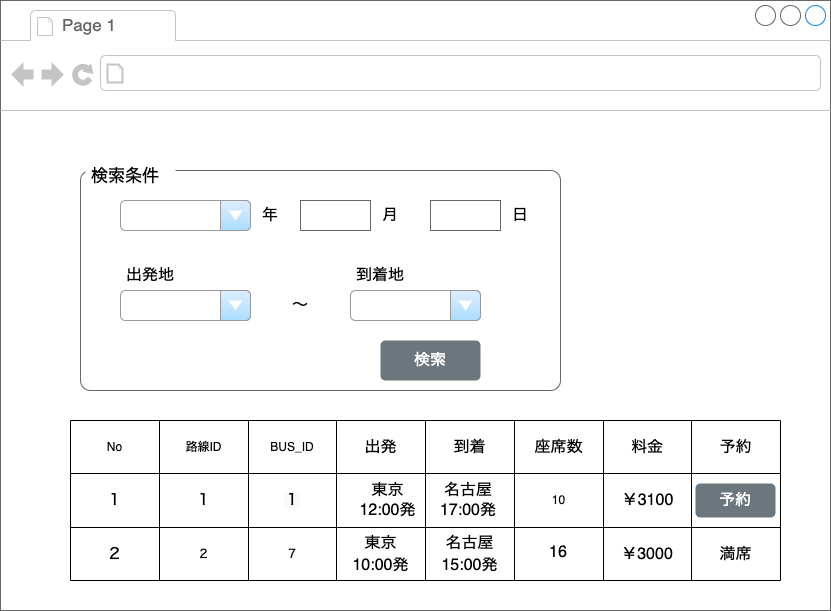
Above: root/common/doc/画面設計/利用者画面設計-路線検索.png in thatislg/busBookingComplete (draw.io), before the change. Source tidied: cells renumbered, new cells last; positions are measured from the earlier drawing's top-left corner, leaving out a move shared by most shapes. The source it was exported from:
```xml
<mxGraphModel>
  <root>
    <mxCell id="0" />
    <mxCell id="1" parent="0" />
    <mxCell id="2" value="2" style="strokeWidth=1;shadow=0;dashed=0;align=center;html=1;shape=mxgraph.mockup.containers.browserWindow;rSize=0;strokeColor=#666666;strokeColor2=#008cff;strokeColor3=#c4c4c4;mainText=,;fontSize=16;" parent="1" vertex="1">
      <mxGeometry width="830" height="610" as="geometry" />
    </mxCell>
    <mxCell id="3" value="Page 1" style="strokeWidth=1;shadow=0;dashed=0;align=center;html=1;shape=mxgraph.mockup.containers.anchor;fontSize=17;fontColor=#666666;align=left;" parent="2" vertex="1">
      <mxGeometry x="60" y="12" width="110" height="26" as="geometry" />
    </mxCell>
    <mxCell id="4" style="shape=mxgraph.mockup.containers.marginRect;rectMarginTop=10;strokeColor=#666666;strokeWidth=1;dashed=0;rounded=1;arcSize=5;fontSize=16;" parent="2" vertex="1">
      <mxGeometry x="80" y="160" width="480" height="230" as="geometry" />
    </mxCell>
    <mxCell id="5" value="検索条件" style="shape=rect;strokeColor=none;fillColor=#FFFFFF;strokeWidth=1;dashed=0;rounded=1;arcSize=20;fontColor=#000000;fontSize=17;spacing=2;spacingTop=-2;align=left;spacingLeft=4;perimeter=none;" parent="4" vertex="1">
      <mxGeometry x="5" width="90" height="30" as="geometry" />
    </mxCell>
    <mxCell id="6" style="strokeWidth=1;shadow=0;dashed=0;align=center;html=1;shape=mxgraph.mockup.text.textBox;fontColor=#666666;align=left;fontSize=17;spacingLeft=4;spacingTop=-3;strokeColor=#666666;mainText=;fillColor=#FFFFFF;" parent="4" vertex="1">
      <mxGeometry x="220" y="40" width="70" height="30" as="geometry" />
    </mxCell>
    <mxCell id="7" style="strokeWidth=1;shadow=0;dashed=0;align=center;html=1;shape=mxgraph.mockup.text.textBox;fontColor=#666666;align=left;fontSize=17;spacingLeft=4;spacingTop=-3;strokeColor=#666666;mainText=;fillColor=#FFFFFF;" parent="4" vertex="1">
      <mxGeometry x="350" y="40" width="70" height="30" as="geometry" />
    </mxCell>
    <mxCell id="8" style="strokeWidth=1;shadow=0;dashed=0;align=center;html=1;shape=mxgraph.mockup.forms.comboBox;strokeColor=#999999;fillColor=#ddeeff;align=left;fillColor2=#aaddff;mainText=;fontColor=#666666;fontSize=17;spacingLeft=3;" parent="4" vertex="1">
      <mxGeometry x="40" y="40" width="130" height="30" as="geometry" />
    </mxCell>
    <mxCell id="9" style="strokeWidth=1;shadow=0;dashed=0;align=center;html=1;shape=mxgraph.mockup.forms.comboBox;strokeColor=#999999;fillColor=#ddeeff;align=left;fillColor2=#aaddff;mainText=;fontColor=#666666;fontSize=17;spacingLeft=3;" parent="4" vertex="1">
      <mxGeometry x="40" y="130" width="130" height="30" as="geometry" />
    </mxCell>
    <mxCell id="10" style="strokeWidth=1;shadow=0;dashed=0;align=center;html=1;shape=mxgraph.mockup.forms.comboBox;strokeColor=#999999;fillColor=#ddeeff;align=left;fillColor2=#aaddff;mainText=;fontColor=#666666;fontSize=17;spacingLeft=3;" parent="4" vertex="1">
      <mxGeometry x="270" y="130" width="130" height="30" as="geometry" />
    </mxCell>
    <mxCell id="11" value="検索" style="html=1;shadow=0;dashed=0;shape=mxgraph.bootstrap.rrect;rSize=5;strokeColor=none;strokeWidth=1;fillColor=#6C767D;fontColor=#FFFFFF;whiteSpace=wrap;align=center;verticalAlign=middle;spacingLeft=0;fontStyle=0;fontSize=16;spacing=5;" parent="4" vertex="1">
      <mxGeometry x="300" y="180" width="100" height="40" as="geometry" />
    </mxCell>
    <mxCell id="12" value="年" style="text;html=1;strokeColor=none;fillColor=none;align=center;verticalAlign=middle;whiteSpace=wrap;rounded=0;fontSize=16;fontColor=#000000;" parent="4" vertex="1">
      <mxGeometry x="160" y="40" width="60" height="30" as="geometry" />
    </mxCell>
    <mxCell id="13" value="月" style="text;html=1;strokeColor=none;fillColor=none;align=center;verticalAlign=middle;whiteSpace=wrap;rounded=0;fontSize=16;fontColor=#000000;" parent="4" vertex="1">
      <mxGeometry x="280" y="40" width="60" height="30" as="geometry" />
    </mxCell>
    <mxCell id="14" value="日" style="text;html=1;strokeColor=none;fillColor=none;align=center;verticalAlign=middle;whiteSpace=wrap;rounded=0;fontSize=16;fontColor=#000000;" parent="4" vertex="1">
      <mxGeometry x="410" y="40" width="60" height="30" as="geometry" />
    </mxCell>
    <mxCell id="15" value="出発地" style="text;html=1;strokeColor=none;fillColor=none;align=center;verticalAlign=middle;whiteSpace=wrap;rounded=0;fontSize=16;fontColor=#000000;" parent="4" vertex="1">
      <mxGeometry x="40" y="100" width="60" height="30" as="geometry" />
    </mxCell>
    <mxCell id="16" value="到着地" style="text;html=1;strokeColor=none;fillColor=none;align=center;verticalAlign=middle;whiteSpace=wrap;rounded=0;fontSize=16;fontColor=#000000;" parent="4" vertex="1">
      <mxGeometry x="270" y="100" width="60" height="30" as="geometry" />
    </mxCell>
    <mxCell id="17" value="〜" style="text;html=1;strokeColor=none;fillColor=none;align=center;verticalAlign=middle;whiteSpace=wrap;rounded=0;fontSize=16;fontColor=#000000;" parent="4" vertex="1">
      <mxGeometry x="190" y="130" width="60" height="30" as="geometry" />
    </mxCell>
    <mxCell id="18" style="shape=table;startSize=0;" parent="2" vertex="1">
      <mxGeometry x="70" y="420" width="710" height="160" as="geometry" />
    </mxCell>
    <mxCell id="19" style="shape=tableRow;horizontal=0;startSize=0;swimlaneHead=0;swimlaneBody=0;top=0;left=0;bottom=0;right=0;fillColor=none;" parent="18" vertex="1">
      <mxGeometry width="710" height="53" as="geometry" />
    </mxCell>
    <mxCell id="20" value="No" style="shape=partialRectangle;html=1;whiteSpace=wrap;overflow=hidden;fillColor=none;top=0;left=0;bottom=0;right=0;" parent="19" vertex="1">
      <mxGeometry width="89" height="53" as="geometry" />
    </mxCell>
    <mxCell id="21" value="路線ID" style="shape=partialRectangle;html=1;whiteSpace=wrap;overflow=hidden;fillColor=none;top=0;left=0;bottom=0;right=0;" parent="19" vertex="1">
      <mxGeometry x="89" width="89" height="53" as="geometry" />
    </mxCell>
    <mxCell id="22" value="BUS_ID" style="shape=partialRectangle;html=1;whiteSpace=wrap;overflow=hidden;fillColor=none;top=0;left=0;bottom=0;right=0;" parent="19" vertex="1">
      <mxGeometry x="178" width="88" height="53" as="geometry" />
    </mxCell>
    <mxCell id="23" value="&lt;span style=&quot;font-size: 16px;&quot;&gt;出発&lt;/span&gt;" style="shape=partialRectangle;html=1;whiteSpace=wrap;overflow=hidden;fillColor=none;top=0;left=0;bottom=0;right=0;" parent="19" vertex="1">
      <mxGeometry x="266" width="89" height="53" as="geometry" />
    </mxCell>
    <mxCell id="24" value="&lt;span style=&quot;font-size: 16px;&quot;&gt;到着&lt;/span&gt;" style="shape=partialRectangle;html=1;whiteSpace=wrap;overflow=hidden;fillColor=none;top=0;left=0;bottom=0;right=0;" parent="19" vertex="1">
      <mxGeometry x="355" width="89" height="53" as="geometry" />
    </mxCell>
    <mxCell id="25" value="&lt;span style=&quot;font-size: 16px;&quot;&gt;座席数&lt;/span&gt;" style="shape=partialRectangle;html=1;whiteSpace=wrap;overflow=hidden;fillColor=none;top=0;left=0;bottom=0;right=0;" parent="19" vertex="1">
      <mxGeometry x="444" width="89" height="53" as="geometry" />
    </mxCell>
    <mxCell id="26" value="&lt;span style=&quot;font-size: 16px;&quot;&gt;料金&lt;/span&gt;" style="shape=partialRectangle;html=1;whiteSpace=wrap;overflow=hidden;fillColor=none;top=0;left=0;bottom=0;right=0;" parent="19" vertex="1">
      <mxGeometry x="533" width="88" height="53" as="geometry" />
    </mxCell>
    <mxCell id="27" value="&lt;span style=&quot;font-size: 16px;&quot;&gt;予約&lt;/span&gt;" style="shape=partialRectangle;html=1;whiteSpace=wrap;overflow=hidden;fillColor=none;top=0;left=0;bottom=0;right=0;" parent="19" vertex="1">
      <mxGeometry x="621" width="89" height="53" as="geometry" />
    </mxCell>
    <mxCell id="28" style="shape=tableRow;horizontal=0;startSize=0;swimlaneHead=0;swimlaneBody=0;top=0;left=0;bottom=0;right=0;fillColor=none;" parent="18" vertex="1">
      <mxGeometry y="53" width="710" height="54" as="geometry" />
    </mxCell>
    <mxCell id="29" value="&lt;span style=&quot;font-size: 16px;&quot;&gt;１&lt;/span&gt;" style="shape=partialRectangle;html=1;whiteSpace=wrap;overflow=hidden;fillColor=none;top=0;left=0;bottom=0;right=0;" parent="28" vertex="1">
      <mxGeometry width="89" height="54" as="geometry" />
    </mxCell>
    <mxCell id="30" value="&lt;span style=&quot;font-size: 16px;&quot;&gt;１&lt;/span&gt;" style="shape=partialRectangle;html=1;whiteSpace=wrap;overflow=hidden;fillColor=none;top=0;left=0;bottom=0;right=0;" parent="28" vertex="1">
      <mxGeometry x="89" width="89" height="54" as="geometry" />
    </mxCell>
    <mxCell id="31" value="&lt;meta charset=&quot;utf-8&quot;&gt;&lt;span style=&quot;color: rgb(0, 0, 0); font-family: Helvetica; font-size: 16px; font-style: normal; font-variant-ligatures: normal; font-variant-caps: normal; font-weight: 400; letter-spacing: normal; orphans: 2; text-align: center; text-indent: 0px; text-transform: none; widows: 2; word-spacing: 0px; -webkit-text-stroke-width: 0px; background-color: rgb(248, 249, 250); text-decoration-thickness: initial; text-decoration-style: initial; text-decoration-color: initial; float: none; display: inline !important;&quot;&gt;１&lt;/span&gt;" style="shape=partialRectangle;html=1;whiteSpace=wrap;overflow=hidden;fillColor=none;top=0;left=0;bottom=0;right=0;" parent="28" vertex="1">
      <mxGeometry x="178" width="88" height="54" as="geometry" />
    </mxCell>
    <mxCell id="32" style="shape=partialRectangle;html=1;whiteSpace=wrap;overflow=hidden;fillColor=none;top=0;left=0;bottom=0;right=0;" parent="28" vertex="1">
      <mxGeometry x="266" width="89" height="54" as="geometry" />
    </mxCell>
    <mxCell id="33" style="shape=partialRectangle;html=1;whiteSpace=wrap;overflow=hidden;fillColor=none;top=0;left=0;bottom=0;right=0;" parent="28" vertex="1">
      <mxGeometry x="355" width="89" height="54" as="geometry" />
    </mxCell>
    <mxCell id="34" value="10" style="shape=partialRectangle;html=1;whiteSpace=wrap;overflow=hidden;fillColor=none;top=0;left=0;bottom=0;right=0;" parent="28" vertex="1">
      <mxGeometry x="444" width="89" height="54" as="geometry" />
    </mxCell>
    <mxCell id="35" style="shape=partialRectangle;html=1;whiteSpace=wrap;overflow=hidden;fillColor=none;top=0;left=0;bottom=0;right=0;" parent="28" vertex="1">
      <mxGeometry x="533" width="88" height="54" as="geometry" />
    </mxCell>
    <mxCell id="36" style="shape=partialRectangle;html=1;whiteSpace=wrap;overflow=hidden;fillColor=none;top=0;left=0;bottom=0;right=0;" parent="28" vertex="1">
      <mxGeometry x="621" width="89" height="54" as="geometry" />
    </mxCell>
    <mxCell id="37" style="shape=tableRow;horizontal=0;startSize=0;swimlaneHead=0;swimlaneBody=0;top=0;left=0;bottom=0;right=0;fillColor=none;" parent="18" vertex="1">
      <mxGeometry y="107" width="710" height="53" as="geometry" />
    </mxCell>
    <mxCell id="38" value="&lt;span style=&quot;font-size: 16px;&quot;&gt;２&lt;/span&gt;" style="shape=partialRectangle;html=1;whiteSpace=wrap;overflow=hidden;fillColor=none;top=0;left=0;bottom=0;right=0;" parent="37" vertex="1">
      <mxGeometry width="89" height="53" as="geometry" />
    </mxCell>
    <mxCell id="39" value="２" style="shape=partialRectangle;html=1;whiteSpace=wrap;overflow=hidden;fillColor=none;top=0;left=0;bottom=0;right=0;" parent="37" vertex="1">
      <mxGeometry x="89" width="89" height="53" as="geometry" />
    </mxCell>
    <mxCell id="40" value="７" style="shape=partialRectangle;html=1;whiteSpace=wrap;overflow=hidden;fillColor=none;top=0;left=0;bottom=0;right=0;" parent="37" vertex="1">
      <mxGeometry x="178" width="88" height="53" as="geometry" />
    </mxCell>
    <mxCell id="41" value="&lt;span style=&quot;font-size: 16px;&quot;&gt;東京&lt;/span&gt;&lt;br style=&quot;font-size: 16px;&quot;&gt;&lt;span style=&quot;font-size: 16px;&quot;&gt;10:00発&lt;/span&gt;" style="shape=partialRectangle;html=1;whiteSpace=wrap;overflow=hidden;fillColor=none;top=0;left=0;bottom=0;right=0;" parent="37" vertex="1">
      <mxGeometry x="266" width="89" height="53" as="geometry" />
    </mxCell>
    <mxCell id="42" value="&lt;span style=&quot;font-size: 16px;&quot;&gt;名古屋&lt;/span&gt;&lt;br style=&quot;font-size: 16px;&quot;&gt;&lt;span style=&quot;font-size: 16px;&quot;&gt;15:00発&lt;/span&gt;" style="shape=partialRectangle;html=1;whiteSpace=wrap;overflow=hidden;fillColor=none;top=0;left=0;bottom=0;right=0;" parent="37" vertex="1">
      <mxGeometry x="355" width="89" height="53" as="geometry" />
    </mxCell>
    <mxCell id="43" style="shape=partialRectangle;html=1;whiteSpace=wrap;overflow=hidden;fillColor=none;top=0;left=0;bottom=0;right=0;" parent="37" vertex="1">
      <mxGeometry x="444" width="89" height="53" as="geometry" />
    </mxCell>
    <mxCell id="44" value="&lt;span style=&quot;font-size: 16px;&quot;&gt;￥3000&lt;/span&gt;" style="shape=partialRectangle;html=1;whiteSpace=wrap;overflow=hidden;fillColor=none;top=0;left=0;bottom=0;right=0;" parent="37" vertex="1">
      <mxGeometry x="533" width="88" height="53" as="geometry" />
    </mxCell>
    <mxCell id="45" value="&lt;span style=&quot;font-size: 16px;&quot;&gt;満席&lt;/span&gt;" style="shape=partialRectangle;html=1;whiteSpace=wrap;overflow=hidden;fillColor=none;top=0;left=0;bottom=0;right=0;" parent="37" vertex="1">
      <mxGeometry x="621" width="89" height="53" as="geometry" />
    </mxCell>
    <mxCell id="46" value="予約" style="html=1;shadow=0;dashed=0;shape=mxgraph.bootstrap.rrect;rSize=5;strokeColor=none;strokeWidth=1;fillColor=#6C767D;fontColor=#FFFFFF;whiteSpace=wrap;align=center;verticalAlign=middle;spacingLeft=0;fontStyle=0;fontSize=16;spacing=5;" parent="2" vertex="1">
      <mxGeometry x="695" y="483" width="80" height="34" as="geometry" />
    </mxCell>
    <mxCell id="47" value="名古屋&lt;br&gt;17:00発" style="shape=partialRectangle;html=1;whiteSpace=wrap;overflow=hidden;fillColor=none;top=0;left=0;bottom=0;right=0;fontSize=16;fontColor=#000000;" parent="2" vertex="1">
      <mxGeometry x="420" y="478" width="96" height="44" as="geometry" />
    </mxCell>
    <mxCell id="48" value="東京&lt;br&gt;12:00発" style="shape=partialRectangle;html=1;whiteSpace=wrap;overflow=hidden;fillColor=none;top=0;left=0;bottom=0;right=0;fontSize=16;fontColor=#000000;" parent="2" vertex="1">
      <mxGeometry x="340" y="478" width="95" height="44" as="geometry" />
    </mxCell>
    <mxCell id="49" value="16" style="shape=partialRectangle;html=1;whiteSpace=wrap;overflow=hidden;fillColor=none;top=0;left=0;bottom=0;right=0;fontSize=16;fontColor=#000000;" parent="2" vertex="1">
      <mxGeometry x="510" y="530" width="96" height="44" as="geometry" />
    </mxCell>
    <mxCell id="50" value="￥3100" style="shape=partialRectangle;html=1;whiteSpace=wrap;overflow=hidden;fillColor=none;top=0;left=0;bottom=0;right=0;fontSize=16;fontColor=#000000;" parent="2" vertex="1">
      <mxGeometry x="600" y="478" width="95" height="44" as="geometry" />
    </mxCell>
  </root>
</mxGraphModel>
```
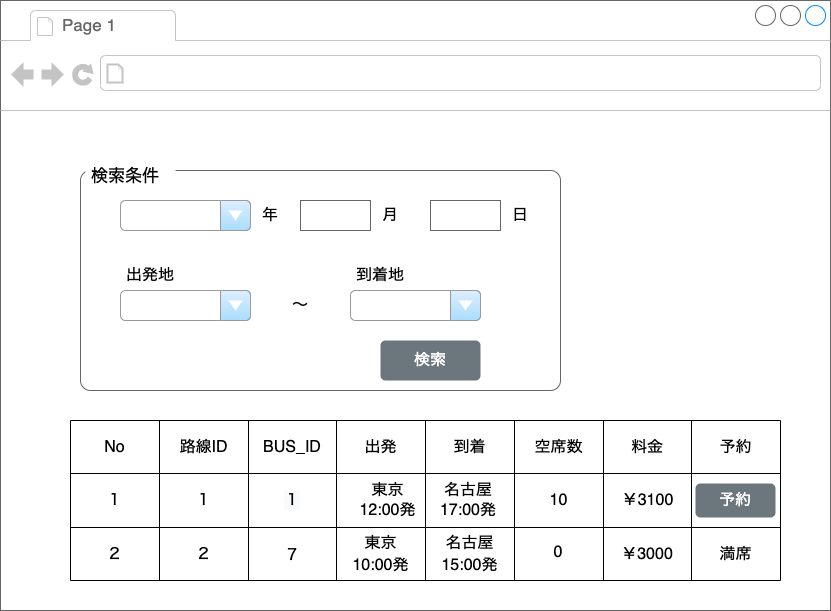
Above is the later version.

Diff of the diagram source:
```diff
@@ -56,13 +56,13 @@
     <mxCell id="19" style="shape=tableRow;horizontal=0;startSize=0;swimlaneHead=0;swimlaneBody=0;top=0;left=0;bottom=0;right=0;fillColor=none;" parent="18" vertex="1">
       <mxGeometry width="710" height="53" as="geometry" />
     </mxCell>
-    <mxCell id="20" value="No" style="shape=partialRectangle;html=1;whiteSpace=wrap;overflow=hidden;fillColor=none;top=0;left=0;bottom=0;right=0;" parent="19" vertex="1">
+    <mxCell id="20" value="&lt;font style=&quot;font-size: 16px;&quot;&gt;No&lt;/font&gt;" style="shape=partialRectangle;html=1;whiteSpace=wrap;overflow=hidden;fillColor=none;top=0;left=0;bottom=0;right=0;" parent="19" vertex="1">
       <mxGeometry width="89" height="53" as="geometry" />
     </mxCell>
-    <mxCell id="21" value="路線ID" style="shape=partialRectangle;html=1;whiteSpace=wrap;overflow=hidden;fillColor=none;top=0;left=0;bottom=0;right=0;" parent="19" vertex="1">
+    <mxCell id="21" value="&lt;font style=&quot;font-size: 16px;&quot;&gt;路線ID&lt;/font&gt;" style="shape=partialRectangle;html=1;whiteSpace=wrap;overflow=hidden;fillColor=none;top=0;left=0;bottom=0;right=0;" parent="19" vertex="1">
       <mxGeometry x="89" width="89" height="53" as="geometry" />
     </mxCell>
-    <mxCell id="22" value="BUS_ID" style="shape=partialRectangle;html=1;whiteSpace=wrap;overflow=hidden;fillColor=none;top=0;left=0;bottom=0;right=0;" parent="19" vertex="1">
+    <mxCell id="22" value="&lt;font style=&quot;font-size: 16px;&quot;&gt;BUS_ID&lt;/font&gt;" style="shape=partialRectangle;html=1;whiteSpace=wrap;overflow=hidden;fillColor=none;top=0;left=0;bottom=0;right=0;" parent="19" vertex="1">
       <mxGeometry x="178" width="88" height="53" as="geometry" />
     </mxCell>
     <mxCell id="23" value="&lt;span style=&quot;font-size: 16px;&quot;&gt;出発&lt;/span&gt;" style="shape=partialRectangle;html=1;whiteSpace=wrap;overflow=hidden;fillColor=none;top=0;left=0;bottom=0;right=0;" parent="19" vertex="1">
@@ -71,7 +71,7 @@
     <mxCell id="24" value="&lt;span style=&quot;font-size: 16px;&quot;&gt;到着&lt;/span&gt;" style="shape=partialRectangle;html=1;whiteSpace=wrap;overflow=hidden;fillColor=none;top=0;left=0;bottom=0;right=0;" parent="19" vertex="1">
       <mxGeometry x="355" width="89" height="53" as="geometry" />
     </mxCell>
-    <mxCell id="25" value="&lt;span style=&quot;font-size: 16px;&quot;&gt;座席数&lt;/span&gt;" style="shape=partialRectangle;html=1;whiteSpace=wrap;overflow=hidden;fillColor=none;top=0;left=0;bottom=0;right=0;" parent="19" vertex="1">
+    <mxCell id="25" value="&lt;span style=&quot;font-size: 16px;&quot;&gt;空席数&lt;/span&gt;" style="shape=partialRectangle;html=1;whiteSpace=wrap;overflow=hidden;fillColor=none;top=0;left=0;bottom=0;right=0;" parent="19" vertex="1">
       <mxGeometry x="444" width="89" height="53" as="geometry" />
     </mxCell>
     <mxCell id="26" value="&lt;span style=&quot;font-size: 16px;&quot;&gt;料金&lt;/span&gt;" style="shape=partialRectangle;html=1;whiteSpace=wrap;overflow=hidden;fillColor=none;top=0;left=0;bottom=0;right=0;" parent="19" vertex="1">
@@ -98,7 +98,7 @@
     <mxCell id="33" style="shape=partialRectangle;html=1;whiteSpace=wrap;overflow=hidden;fillColor=none;top=0;left=0;bottom=0;right=0;" parent="28" vertex="1">
       <mxGeometry x="355" width="89" height="54" as="geometry" />
     </mxCell>
-    <mxCell id="34" value="10" style="shape=partialRectangle;html=1;whiteSpace=wrap;overflow=hidden;fillColor=none;top=0;left=0;bottom=0;right=0;" parent="28" vertex="1">
+    <mxCell id="34" value="&lt;font style=&quot;font-size: 16px;&quot;&gt;10&lt;/font&gt;" style="shape=partialRectangle;html=1;whiteSpace=wrap;overflow=hidden;fillColor=none;top=0;left=0;bottom=0;right=0;" parent="28" vertex="1">
       <mxGeometry x="444" width="89" height="54" as="geometry" />
     </mxCell>
     <mxCell id="35" style="shape=partialRectangle;html=1;whiteSpace=wrap;overflow=hidden;fillColor=none;top=0;left=0;bottom=0;right=0;" parent="28" vertex="1">
@@ -113,10 +113,10 @@
     <mxCell id="38" value="&lt;span style=&quot;font-size: 16px;&quot;&gt;２&lt;/span&gt;" style="shape=partialRectangle;html=1;whiteSpace=wrap;overflow=hidden;fillColor=none;top=0;left=0;bottom=0;right=0;" parent="37" vertex="1">
       <mxGeometry width="89" height="53" as="geometry" />
     </mxCell>
-    <mxCell id="39" value="２" style="shape=partialRectangle;html=1;whiteSpace=wrap;overflow=hidden;fillColor=none;top=0;left=0;bottom=0;right=0;" parent="37" vertex="1">
+    <mxCell id="39" value="&lt;font style=&quot;font-size: 16px;&quot;&gt;２&lt;/font&gt;" style="shape=partialRectangle;html=1;whiteSpace=wrap;overflow=hidden;fillColor=none;top=0;left=0;bottom=0;right=0;" parent="37" vertex="1">
       <mxGeometry x="89" width="89" height="53" as="geometry" />
     </mxCell>
-    <mxCell id="40" value="７" style="shape=partialRectangle;html=1;whiteSpace=wrap;overflow=hidden;fillColor=none;top=0;left=0;bottom=0;right=0;" parent="37" vertex="1">
+    <mxCell id="40" value="&lt;font style=&quot;font-size: 15px;&quot;&gt;７&lt;/font&gt;" style="shape=partialRectangle;html=1;whiteSpace=wrap;overflow=hidden;fillColor=none;top=0;left=0;bottom=0;right=0;" parent="37" vertex="1">
       <mxGeometry x="178" width="88" height="53" as="geometry" />
     </mxCell>
     <mxCell id="41" value="&lt;span style=&quot;font-size: 16px;&quot;&gt;東京&lt;/span&gt;&lt;br style=&quot;font-size: 16px;&quot;&gt;&lt;span style=&quot;font-size: 16px;&quot;&gt;10:00発&lt;/span&gt;" style="shape=partialRectangle;html=1;whiteSpace=wrap;overflow=hidden;fillColor=none;top=0;left=0;bottom=0;right=0;" parent="37" vertex="1">
@@ -143,7 +143,7 @@
     <mxCell id="48" value="東京&lt;br&gt;12:00発" style="shape=partialRectangle;html=1;whiteSpace=wrap;overflow=hidden;fillColor=none;top=0;left=0;bottom=0;right=0;fontSize=16;fontColor=#000000;" parent="2" vertex="1">
       <mxGeometry x="340" y="478" width="95" height="44" as="geometry" />
     </mxCell>
-    <mxCell id="49" value="16" style="shape=partialRectangle;html=1;whiteSpace=wrap;overflow=hidden;fillColor=none;top=0;left=0;bottom=0;right=0;fontSize=16;fontColor=#000000;" parent="2" vertex="1">
+    <mxCell id="49" value="0" style="shape=partialRectangle;html=1;whiteSpace=wrap;overflow=hidden;fillColor=none;top=0;left=0;bottom=0;right=0;fontSize=16;fontColor=#000000;" parent="2" vertex="1">
       <mxGeometry x="510" y="530" width="96" height="44" as="geometry" />
     </mxCell>
     <mxCell id="50" value="￥3100" style="shape=partialRectangle;html=1;whiteSpace=wrap;overflow=hidden;fillColor=none;top=0;left=0;bottom=0;right=0;fontSize=16;fontColor=#000000;" parent="2" vertex="1">
```
